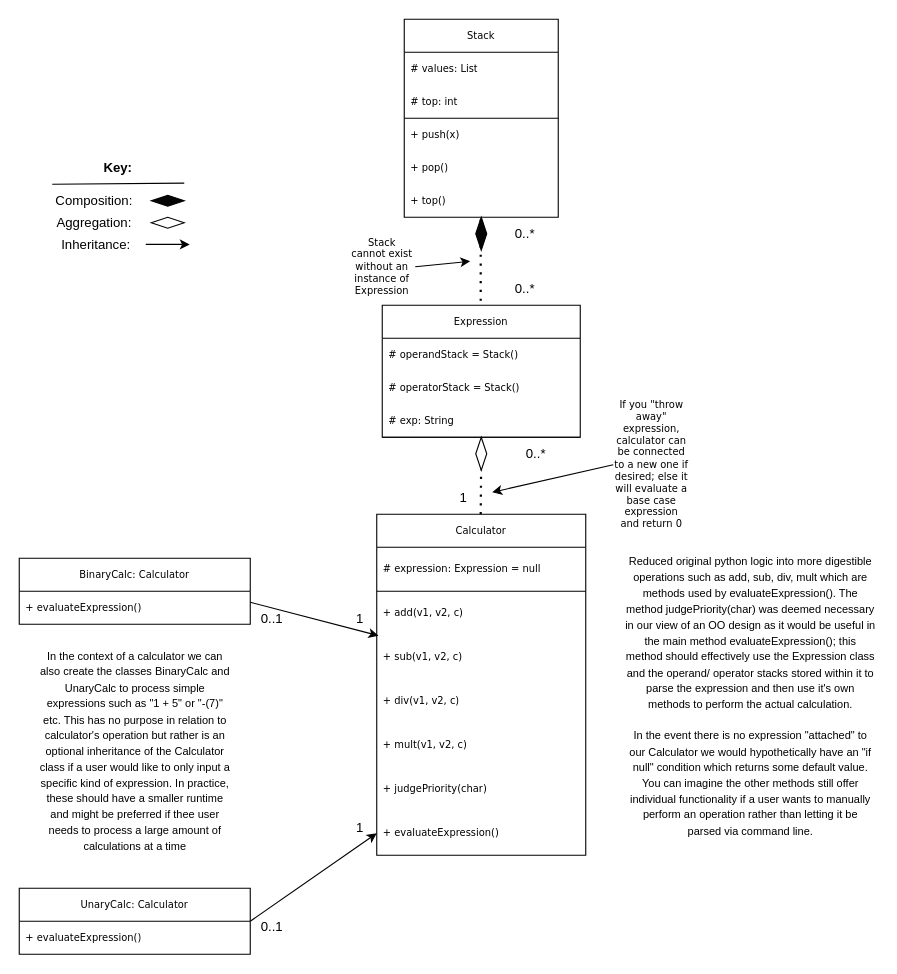
The draw.io diagram Lab1ClassDiagram.drawio in matty-gg/CSE2102-SP24-Lab1-Group19, before the edit. Source tidied: cells renumbered, new cells numbered last; positions are measured from the earlier drawing's top-left corner, leaving out a move shared by most shapes. Both pictures are drawn from the tidied source at 110%, with x=0, y=0 at pixel (19, 19).
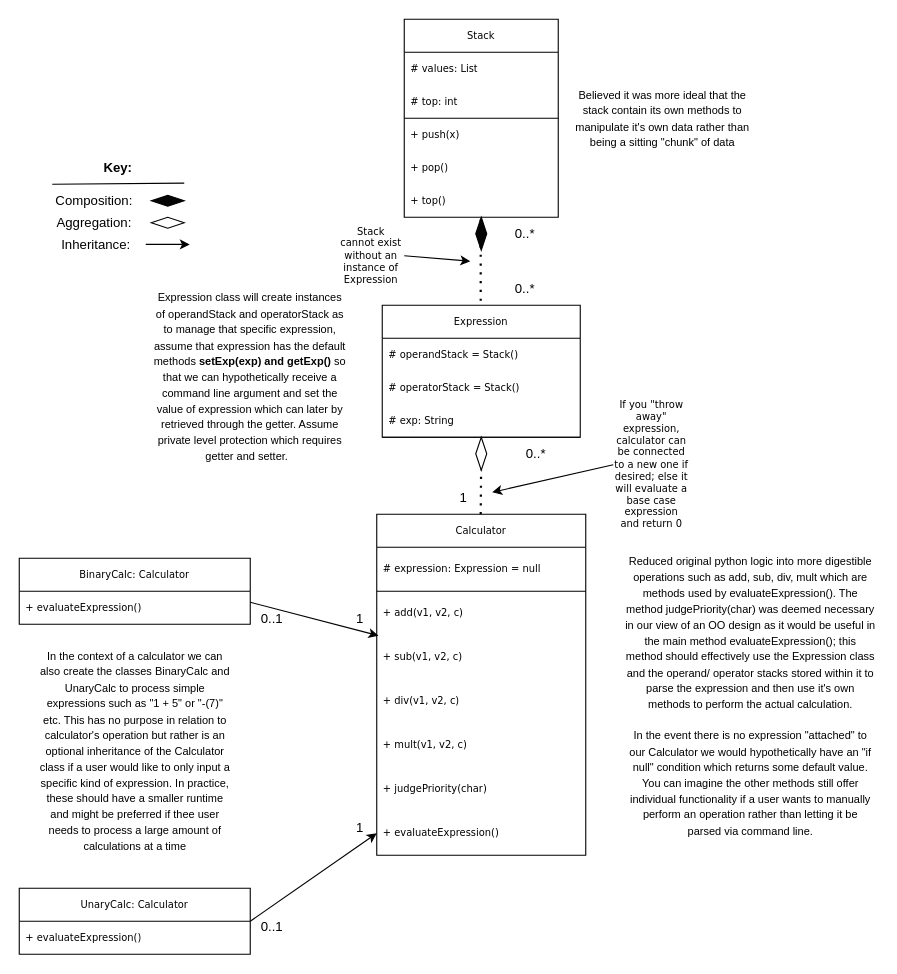
Above is the later version.

What changed in the source:
```diff
@@
     <mxCell id="23" value="&lt;font style=&quot;font-size: 9px;&quot;&gt;Stack cannot exist without an instance of Expression&lt;/font&gt;" style="text;html=1;strokeColor=none;fillColor=none;align=center;verticalAlign=middle;whiteSpace=wrap;rounded=0;fontSize=9;fontFamily=Verdana;" parent="1" vertex="1">
-      <mxGeometry x="300" y="210" width="60" height="30" as="geometry" />
+      <mxGeometry x="290" y="200" width="60" height="30" as="geometry" />
     </mxCell>
@@
+    <mxCell id="57" value="&lt;font style=&quot;font-size: 10px;&quot;&gt;Believed it was more ideal that the stack contain its own methods to manipulate it's own data rather than being a sitting &quot;chunk&quot; of data&lt;/font&gt;" style="text;html=1;strokeColor=none;fillColor=none;align=center;verticalAlign=middle;whiteSpace=wrap;rounded=0;" parent="1" vertex="1">
+      <mxGeometry x="500" y="75" width="170" height="30" as="geometry" />
+    </mxCell>
+    <mxCell id="58" value="&lt;font style=&quot;font-size: 10px;&quot;&gt;Expression class will create instances of operandStack and operatorStack as to manage that specific expression, assume that expression has the default methods &lt;b&gt;setExp(exp) and getExp() &lt;/b&gt;so that we can hypothetically receive a command line argument and set the value of expression which can later by retrieved through the getter. Assume private level protection which requires getter and setter.&amp;nbsp;&amp;nbsp;&lt;/font&gt;" style="text;html=1;strokeColor=none;fillColor=none;align=center;verticalAlign=middle;whiteSpace=wrap;rounded=0;" parent="1" vertex="1">
+      <mxGeometry x="120" y="310" width="180" height="30" as="geometry" />
+    </mxCell>
```
